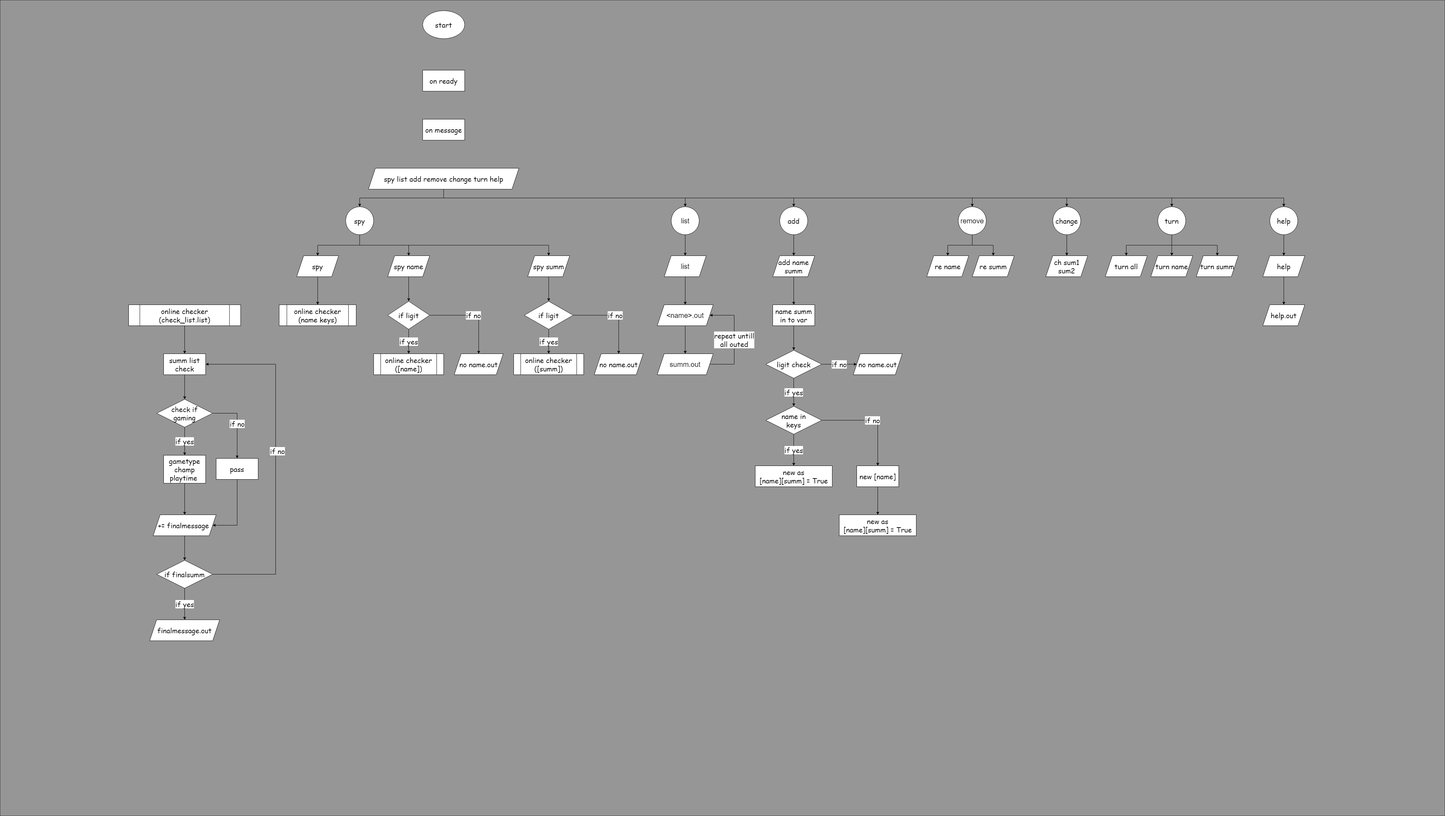
Before: Project/Discord_Bot_LOL_online_checker/flowchart.png, a diagram exported from draw.io (KimbobHeaven/STUDY). Source tidied: cells renumbered, new cells last; positions are measured from the earlier drawing's top-left corner, leaving out a move shared by most shapes.
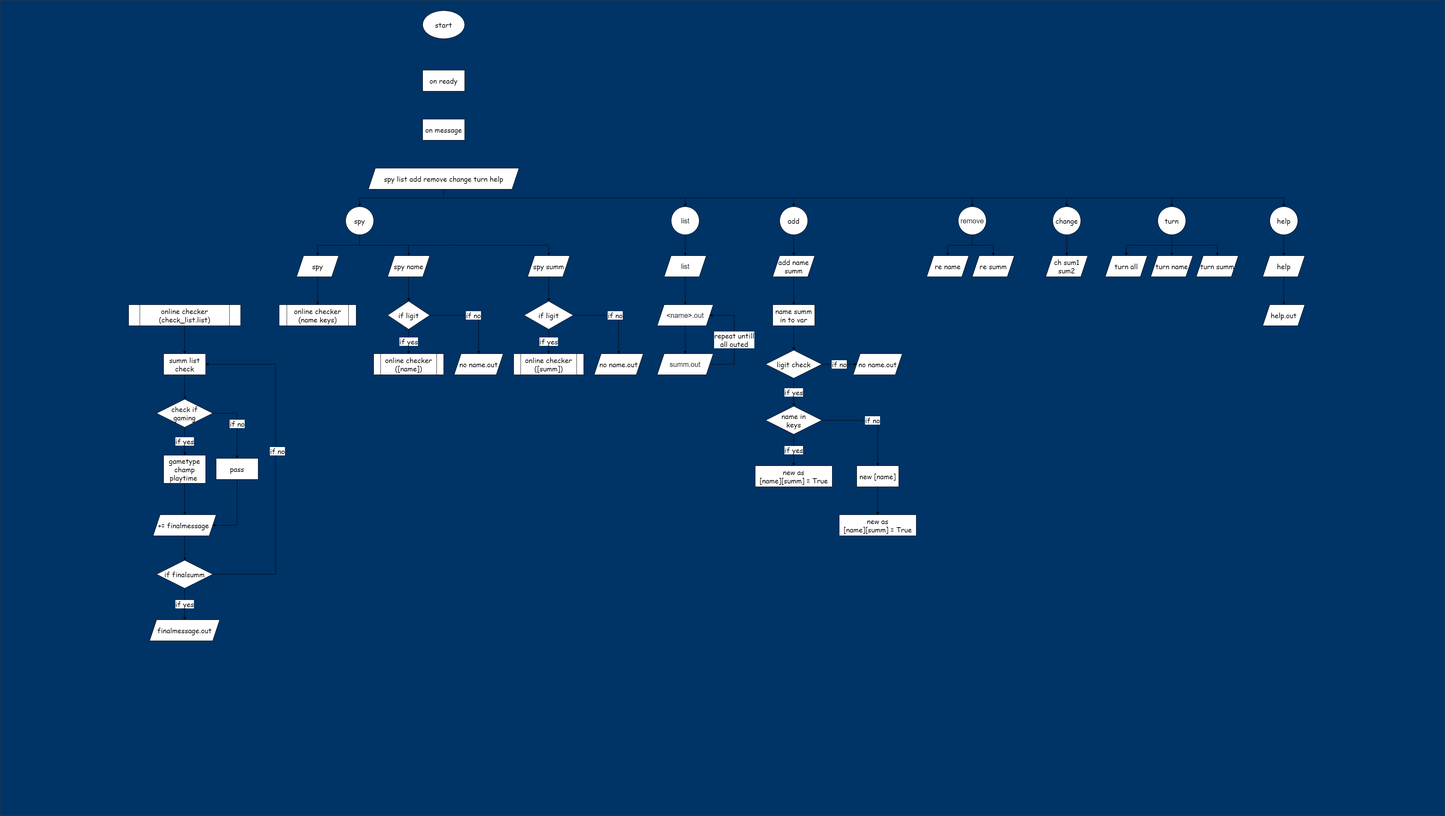
Later version of the same file.

What changed in the source:
```diff
@@ -2,7 +2,7 @@
   <root>
     <mxCell id="0" />
     <mxCell id="1" parent="0" />
-    <mxCell id="2" style="rounded=0;whiteSpace=wrap;html=1;labelBackgroundColor=none;fontFamily=Comic Sans MS;fontSize=20;strokeColor=#36393d;fillColor=#969696;" parent="1" vertex="1">
+    <mxCell id="2" style="rounded=0;whiteSpace=wrap;html=1;labelBackgroundColor=none;fontFamily=Comic Sans MS;fontSize=20;strokeColor=#36393d;shadow=0;glass=0;fillColor=#003366;" parent="1" vertex="1">
       <mxGeometry width="4127" height="2330" as="geometry" />
     </mxCell>
     <mxCell id="3" value="&lt;font style=&quot;font-size: 20px;&quot;&gt;start&lt;/font&gt;" style="ellipse;whiteSpace=wrap;html=1;fontSize=20;fontFamily=Comic Sans MS;fontStyle=0;labelBackgroundColor=none;" parent="1" vertex="1">
```
